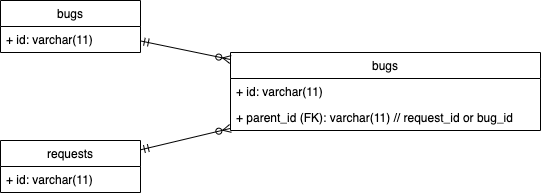
stsiwo/database_concept keeps this draw.io diagram as polymorphic-association.png. Above is the earlier version. Source tidied: cells renumbered, new cells last; positions are measured from the earlier drawing's top-left corner, leaving out a move shared by most shapes. Source of this version:
```xml
<mxGraphModel>
  <root>
    <mxCell id="0" />
    <mxCell id="1" parent="0" />
    <mxCell id="2" value="bugs" style="swimlane;fontStyle=0;horizontal=1;startSize=26;fillColor=none;" parent="1" vertex="1">
      <mxGeometry width="140" height="52" as="geometry" />
    </mxCell>
    <mxCell id="3" value="+ id: varchar(11)" style="text;strokeColor=none;fillColor=none;align=left;verticalAlign=top;spacingLeft=4;spacingRight=4;overflow=hidden;" parent="2" vertex="1">
      <mxGeometry y="26" width="140" height="26" as="geometry" />
    </mxCell>
    <mxCell id="4" value="bugs" style="swimlane;fontStyle=0;horizontal=1;startSize=26;fillColor=none;" parent="1" vertex="1">
      <mxGeometry x="230" y="52" width="310" height="78" as="geometry" />
    </mxCell>
    <mxCell id="5" value="+ id: varchar(11)" style="text;strokeColor=none;fillColor=none;align=left;verticalAlign=top;spacingLeft=4;spacingRight=4;overflow=hidden;" parent="4" vertex="1">
      <mxGeometry y="26" width="310" height="26" as="geometry" />
    </mxCell>
    <mxCell id="6" value="+ parent_id (FK): varchar(11) // request_id or bug_id " style="text;strokeColor=none;fillColor=none;align=left;verticalAlign=top;spacingLeft=4;spacingRight=4;overflow=hidden;" parent="4" vertex="1">
      <mxGeometry y="52" width="310" height="26" as="geometry" />
    </mxCell>
    <mxCell id="7" style="edgeStyle=none;rounded=0;jettySize=auto;html=1;startArrow=ERmandOne;startFill=0;endArrow=ERzeroToMany;endFill=0;" parent="1" edge="1" source="8" target="4">
      <mxGeometry relative="1" as="geometry" />
    </mxCell>
    <mxCell id="8" value="requests" style="swimlane;fontStyle=0;horizontal=1;startSize=26;fillColor=none;" parent="1" vertex="1">
      <mxGeometry y="140" width="140" height="52" as="geometry" />
    </mxCell>
    <mxCell id="9" value="+ id: varchar(11)" style="text;strokeColor=none;fillColor=none;align=left;verticalAlign=top;spacingLeft=4;spacingRight=4;overflow=hidden;" parent="8" vertex="1">
      <mxGeometry y="26" width="140" height="26" as="geometry" />
    </mxCell>
    <mxCell id="10" style="edgeStyle=none;rounded=0;jettySize=auto;html=1;startArrow=ERmandOne;startFill=0;endArrow=ERzeroToMany;endFill=0;" parent="1" edge="1" source="2" target="4">
      <mxGeometry relative="1" as="geometry" />
    </mxCell>
  </root>
</mxGraphModel>
```
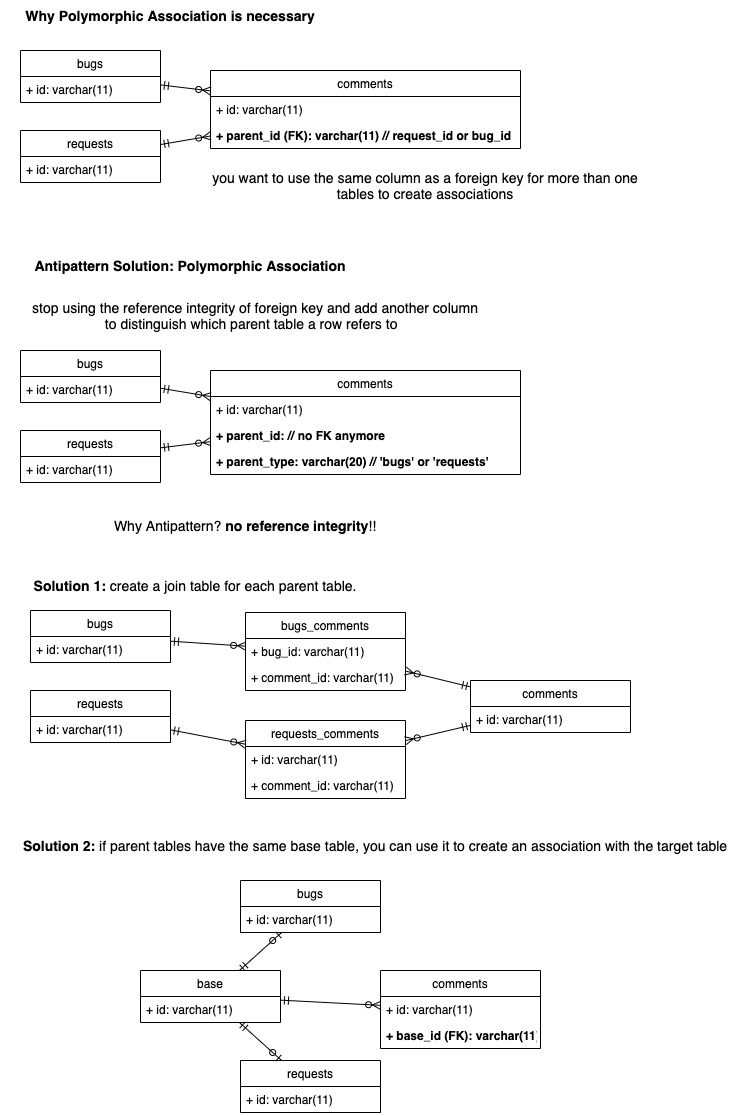
Later version of the same file.

Change to the diagram source:
```diff
@@ -3,25 +3,25 @@
     <mxCell id="0" />
     <mxCell id="1" parent="0" />
     <mxCell id="2" value="bugs" style="swimlane;fontStyle=0;horizontal=1;startSize=26;fillColor=none;" parent="1" vertex="1">
-      <mxGeometry width="140" height="52" as="geometry" />
+      <mxGeometry y="20" width="140" height="52" as="geometry" />
     </mxCell>
     <mxCell id="3" value="+ id: varchar(11)" style="text;strokeColor=none;fillColor=none;align=left;verticalAlign=top;spacingLeft=4;spacingRight=4;overflow=hidden;" parent="2" vertex="1">
       <mxGeometry y="26" width="140" height="26" as="geometry" />
     </mxCell>
-    <mxCell id="4" value="bugs" style="swimlane;fontStyle=0;horizontal=1;startSize=26;fillColor=none;" parent="1" vertex="1">
-      <mxGeometry x="230" y="52" width="310" height="78" as="geometry" />
+    <mxCell id="4" value="comments" style="swimlane;fontStyle=0;horizontal=1;startSize=26;fillColor=none;" parent="1" vertex="1">
+      <mxGeometry x="190" y="40" width="310" height="78" as="geometry" />
     </mxCell>
     <mxCell id="5" value="+ id: varchar(11)" style="text;strokeColor=none;fillColor=none;align=left;verticalAlign=top;spacingLeft=4;spacingRight=4;overflow=hidden;" parent="4" vertex="1">
       <mxGeometry y="26" width="310" height="26" as="geometry" />
     </mxCell>
-    <mxCell id="6" value="+ parent_id (FK): varchar(11) // request_id or bug_id " style="text;strokeColor=none;fillColor=none;align=left;verticalAlign=top;spacingLeft=4;spacingRight=4;overflow=hidden;" parent="4" vertex="1">
+    <mxCell id="6" value="+ parent_id (FK): varchar(11) // request_id or bug_id " style="text;strokeColor=none;fillColor=none;align=left;verticalAlign=top;spacingLeft=4;spacingRight=4;overflow=hidden;fontStyle=1;" parent="4" vertex="1">
       <mxGeometry y="52" width="310" height="26" as="geometry" />
     </mxCell>
     <mxCell id="7" style="edgeStyle=none;rounded=0;jettySize=auto;html=1;startArrow=ERmandOne;startFill=0;endArrow=ERzeroToMany;endFill=0;" parent="1" edge="1" source="8" target="4">
       <mxGeometry relative="1" as="geometry" />
     </mxCell>
     <mxCell id="8" value="requests" style="swimlane;fontStyle=0;horizontal=1;startSize=26;fillColor=none;" parent="1" vertex="1">
-      <mxGeometry y="140" width="140" height="52" as="geometry" />
+      <mxGeometry y="100" width="140" height="52" as="geometry" />
     </mxCell>
     <mxCell id="9" value="+ id: varchar(11)" style="text;strokeColor=none;fillColor=none;align=left;verticalAlign=top;spacingLeft=4;spacingRight=4;overflow=hidden;" parent="8" vertex="1">
       <mxGeometry y="26" width="140" height="26" as="geometry" />
@@ -29,5 +29,140 @@
     <mxCell id="10" style="edgeStyle=none;rounded=0;jettySize=auto;html=1;startArrow=ERmandOne;startFill=0;endArrow=ERzeroToMany;endFill=0;" parent="1" edge="1" source="2" target="4">
       <mxGeometry relative="1" as="geometry" />
     </mxCell>
+    <mxCell id="11" value="&lt;b&gt;&lt;font style=&quot;font-size: 14px&quot;&gt;Why Polymorphic Association is necessary&lt;/font&gt;&lt;/b&gt;" style="text;html=1;strokeColor=none;fillColor=none;align=center;verticalAlign=middle;whiteSpace=wrap;rounded=0;" parent="1" vertex="1">
+      <mxGeometry x="-20" y="-30" width="340" height="30" as="geometry" />
+    </mxCell>
+    <mxCell id="12" value="you want to use the same column as a foreign key for more than one tables to create associations" style="text;html=1;strokeColor=none;fillColor=none;align=center;verticalAlign=middle;whiteSpace=wrap;rounded=0;fontSize=14;" parent="1" vertex="1">
+      <mxGeometry x="180" y="140" width="450" height="30" as="geometry" />
+    </mxCell>
+    <mxCell id="13" value="&lt;span style=&quot;font-size: 14px&quot;&gt;&lt;b&gt;Antipattern Solution: Polymorphic Association&lt;/b&gt;&lt;/span&gt;" style="text;html=1;strokeColor=none;fillColor=none;align=center;verticalAlign=middle;whiteSpace=wrap;rounded=0;" parent="1" vertex="1">
+      <mxGeometry y="220" width="340" height="30" as="geometry" />
+    </mxCell>
+    <mxCell id="14" value="stop using the reference integrity of foreign key and add another column to distinguish which parent table a row refers to&amp;nbsp;&amp;nbsp;" style="text;html=1;strokeColor=none;fillColor=none;align=center;verticalAlign=middle;whiteSpace=wrap;rounded=0;fontSize=14;" parent="1" vertex="1">
+      <mxGeometry x="10" y="270" width="450" height="30" as="geometry" />
+    </mxCell>
+    <mxCell id="15" value="bugs" style="swimlane;fontStyle=0;horizontal=1;startSize=26;fillColor=none;" parent="1" vertex="1">
+      <mxGeometry y="320" width="140" height="52" as="geometry" />
+    </mxCell>
+    <mxCell id="16" value="+ id: varchar(11)" style="text;strokeColor=none;fillColor=none;align=left;verticalAlign=top;spacingLeft=4;spacingRight=4;overflow=hidden;" parent="15" vertex="1">
+      <mxGeometry y="26" width="140" height="26" as="geometry" />
+    </mxCell>
+    <mxCell id="17" value="comments" style="swimlane;fontStyle=0;horizontal=1;startSize=26;fillColor=none;" parent="1" vertex="1">
+      <mxGeometry x="190" y="340" width="310" height="104" as="geometry" />
+    </mxCell>
+    <mxCell id="18" value="+ id: varchar(11)" style="text;strokeColor=none;fillColor=none;align=left;verticalAlign=top;spacingLeft=4;spacingRight=4;overflow=hidden;" parent="17" vertex="1">
+      <mxGeometry y="26" width="310" height="26" as="geometry" />
+    </mxCell>
+    <mxCell id="19" value="+ parent_id: // no FK anymore" style="text;strokeColor=none;fillColor=none;align=left;verticalAlign=top;spacingLeft=4;spacingRight=4;overflow=hidden;fontStyle=1;" parent="17" vertex="1">
+      <mxGeometry y="52" width="310" height="26" as="geometry" />
+    </mxCell>
+    <mxCell id="20" value="+ parent_type: varchar(20) // 'bugs' or 'requests'" style="text;strokeColor=none;fillColor=none;align=left;verticalAlign=top;spacingLeft=4;spacingRight=4;overflow=hidden;fontStyle=1;" parent="17" vertex="1">
+      <mxGeometry y="78" width="310" height="26" as="geometry" />
+    </mxCell>
+    <mxCell id="21" style="edgeStyle=none;rounded=0;jettySize=auto;html=1;startArrow=ERmandOne;startFill=0;endArrow=ERzeroToMany;endFill=0;" parent="1" edge="1" source="22" target="17">
+      <mxGeometry relative="1" as="geometry" />
+    </mxCell>
+    <mxCell id="22" value="requests" style="swimlane;fontStyle=0;horizontal=1;startSize=26;fillColor=none;" parent="1" vertex="1">
+      <mxGeometry y="400" width="140" height="52" as="geometry" />
+    </mxCell>
+    <mxCell id="23" value="+ id: varchar(11)" style="text;strokeColor=none;fillColor=none;align=left;verticalAlign=top;spacingLeft=4;spacingRight=4;overflow=hidden;" parent="22" vertex="1">
+      <mxGeometry y="26" width="140" height="26" as="geometry" />
+    </mxCell>
+    <mxCell id="24" style="edgeStyle=none;rounded=0;jettySize=auto;html=1;startArrow=ERmandOne;startFill=0;endArrow=ERzeroToMany;endFill=0;" parent="1" edge="1" source="15" target="17">
+      <mxGeometry relative="1" as="geometry" />
+    </mxCell>
+    <mxCell id="25" value="Why Antipattern?&amp;nbsp;&lt;b&gt;no reference integrity&lt;/b&gt;!!" style="text;html=1;strokeColor=none;fillColor=none;align=center;verticalAlign=middle;whiteSpace=wrap;rounded=0;fontSize=14;" parent="1" vertex="1">
+      <mxGeometry y="480" width="450" height="30" as="geometry" />
+    </mxCell>
+    <mxCell id="26" value="&lt;span style=&quot;font-size: 14px&quot;&gt;&lt;b&gt;Solution 1: &lt;/b&gt;create a join table for each parent table.&lt;/span&gt;" style="text;html=1;strokeColor=none;fillColor=none;align=center;verticalAlign=middle;whiteSpace=wrap;rounded=0;" parent="1" vertex="1">
+      <mxGeometry y="540" width="350" height="30" as="geometry" />
+    </mxCell>
+    <mxCell id="27" value="bugs" style="swimlane;fontStyle=0;horizontal=1;startSize=26;fillColor=none;" parent="1" vertex="1">
+      <mxGeometry x="10" y="580" width="140" height="52" as="geometry" />
+    </mxCell>
+    <mxCell id="28" value="+ id: varchar(11)" style="text;strokeColor=none;fillColor=none;align=left;verticalAlign=top;spacingLeft=4;spacingRight=4;overflow=hidden;" parent="27" vertex="1">
+      <mxGeometry y="26" width="140" height="26" as="geometry" />
+    </mxCell>
+    <mxCell id="29" style="edgeStyle=none;rounded=0;jettySize=auto;html=1;fontSize=14;startArrow=ERmandOne;startFill=0;endArrow=ERzeroToMany;endFill=0;" parent="1" edge="1" source="31" target="37">
+      <mxGeometry relative="1" as="geometry" />
+    </mxCell>
+    <mxCell id="30" style="edgeStyle=none;rounded=0;jettySize=auto;html=1;fontSize=14;startArrow=ERmandOne;startFill=0;endArrow=ERzeroToMany;endFill=0;" parent="1" edge="1" source="31" target="40">
+      <mxGeometry relative="1" as="geometry" />
+    </mxCell>
+    <mxCell id="31" value="comments" style="swimlane;fontStyle=0;horizontal=1;startSize=26;fillColor=none;" parent="1" vertex="1">
+      <mxGeometry x="450" y="650" width="160" height="52" as="geometry" />
+    </mxCell>
+    <mxCell id="32" value="+ id: varchar(11)" style="text;strokeColor=none;fillColor=none;align=left;verticalAlign=top;spacingLeft=4;spacingRight=4;overflow=hidden;" parent="31" vertex="1">
+      <mxGeometry y="26" width="160" height="26" as="geometry" />
+    </mxCell>
+    <mxCell id="33" style="edgeStyle=none;rounded=0;jettySize=auto;html=1;startArrow=ERmandOne;startFill=0;endArrow=ERzeroToMany;endFill=0;" parent="1" edge="1" source="34" target="40">
+      <mxGeometry relative="1" as="geometry" />
+    </mxCell>
+    <mxCell id="34" value="requests" style="swimlane;fontStyle=0;horizontal=1;startSize=26;fillColor=none;" parent="1" vertex="1">
+      <mxGeometry x="10" y="660" width="140" height="52" as="geometry" />
+    </mxCell>
+    <mxCell id="35" value="+ id: varchar(11)" style="text;strokeColor=none;fillColor=none;align=left;verticalAlign=top;spacingLeft=4;spacingRight=4;overflow=hidden;" parent="34" vertex="1">
+      <mxGeometry y="26" width="140" height="26" as="geometry" />
+    </mxCell>
+    <mxCell id="36" style="edgeStyle=none;rounded=0;jettySize=auto;html=1;startArrow=ERmandOne;startFill=0;endArrow=ERzeroToMany;endFill=0;" parent="1" edge="1" source="27" target="37">
+      <mxGeometry relative="1" as="geometry" />
+    </mxCell>
+    <mxCell id="37" value="bugs_comments" style="swimlane;fontStyle=0;horizontal=1;startSize=26;fillColor=none;" parent="1" vertex="1">
+      <mxGeometry x="225" y="582" width="160" height="78" as="geometry" />
+    </mxCell>
+    <mxCell id="38" value="+ bug_id: varchar(11)" style="text;strokeColor=none;fillColor=none;align=left;verticalAlign=top;spacingLeft=4;spacingRight=4;overflow=hidden;" parent="37" vertex="1">
+      <mxGeometry y="26" width="160" height="26" as="geometry" />
+    </mxCell>
+    <mxCell id="39" value="+ comment_id: varchar(11)" style="text;strokeColor=none;fillColor=none;align=left;verticalAlign=top;spacingLeft=4;spacingRight=4;overflow=hidden;" parent="37" vertex="1">
+      <mxGeometry y="52" width="160" height="26" as="geometry" />
+    </mxCell>
+    <mxCell id="40" value="requests_comments" style="swimlane;fontStyle=0;horizontal=1;startSize=26;fillColor=none;" parent="1" vertex="1">
+      <mxGeometry x="225" y="690" width="160" height="78" as="geometry" />
+    </mxCell>
+    <mxCell id="41" value="+ id: varchar(11)" style="text;strokeColor=none;fillColor=none;align=left;verticalAlign=top;spacingLeft=4;spacingRight=4;overflow=hidden;" parent="40" vertex="1">
+      <mxGeometry y="26" width="160" height="26" as="geometry" />
+    </mxCell>
+    <mxCell id="42" value="+ comment_id: varchar(11)" style="text;strokeColor=none;fillColor=none;align=left;verticalAlign=top;spacingLeft=4;spacingRight=4;overflow=hidden;" parent="40" vertex="1">
+      <mxGeometry y="52" width="160" height="26" as="geometry" />
+    </mxCell>
+    <mxCell id="43" value="&lt;span style=&quot;font-size: 14px&quot;&gt;&lt;b&gt;Solution 2: &lt;/b&gt;if parent tables have the same base table, you can use it to create an association with the target table&lt;/span&gt;" style="text;html=1;strokeColor=none;fillColor=none;align=center;verticalAlign=middle;whiteSpace=wrap;rounded=0;" parent="1" vertex="1">
+      <mxGeometry y="800" width="710" height="30" as="geometry" />
+    </mxCell>
+    <mxCell id="44" value="bugs" style="swimlane;fontStyle=0;horizontal=1;startSize=26;fillColor=none;" parent="1" vertex="1">
+      <mxGeometry x="220" y="850" width="140" height="52" as="geometry" />
+    </mxCell>
+    <mxCell id="45" value="+ id: varchar(11)" style="text;strokeColor=none;fillColor=none;align=left;verticalAlign=top;spacingLeft=4;spacingRight=4;overflow=hidden;" parent="44" vertex="1">
+      <mxGeometry y="26" width="140" height="26" as="geometry" />
+    </mxCell>
+    <mxCell id="46" style="edgeStyle=none;rounded=0;jettySize=auto;html=1;fontSize=14;startArrow=ERmandOne;startFill=0;endArrow=ERzeroToMany;endFill=0;" parent="1" edge="1" source="53" target="47">
+      <mxGeometry relative="1" as="geometry" />
+    </mxCell>
+    <mxCell id="47" value="comments" style="swimlane;fontStyle=0;horizontal=1;startSize=26;fillColor=none;" parent="1" vertex="1">
+      <mxGeometry x="360" y="940" width="160" height="78" as="geometry" />
+    </mxCell>
+    <mxCell id="48" value="+ id: varchar(11)" style="text;strokeColor=none;fillColor=none;align=left;verticalAlign=top;spacingLeft=4;spacingRight=4;overflow=hidden;" parent="47" vertex="1">
+      <mxGeometry y="26" width="160" height="26" as="geometry" />
+    </mxCell>
+    <mxCell id="49" value="+ base_id (FK): varchar(11)" style="text;strokeColor=none;fillColor=none;align=left;verticalAlign=top;spacingLeft=4;spacingRight=4;overflow=hidden;fontStyle=1;" parent="47" vertex="1">
+      <mxGeometry y="52" width="160" height="26" as="geometry" />
+    </mxCell>
+    <mxCell id="50" style="edgeStyle=none;rounded=0;jettySize=auto;html=1;startArrow=ERzeroToOne;startFill=0;endArrow=ERmandOne;endFill=0;" parent="1" edge="1" source="51" target="53">
+      <mxGeometry relative="1" as="geometry" />
+    </mxCell>
+    <mxCell id="51" value="requests" style="swimlane;fontStyle=0;horizontal=1;startSize=26;fillColor=none;" parent="1" vertex="1">
+      <mxGeometry x="220" y="1030" width="140" height="52" as="geometry" />
+    </mxCell>
+    <mxCell id="52" value="+ id: varchar(11)" style="text;strokeColor=none;fillColor=none;align=left;verticalAlign=top;spacingLeft=4;spacingRight=4;overflow=hidden;" parent="51" vertex="1">
+      <mxGeometry y="26" width="140" height="26" as="geometry" />
+    </mxCell>
+    <mxCell id="53" value="base" style="swimlane;fontStyle=0;horizontal=1;startSize=26;fillColor=none;" parent="1" vertex="1">
+      <mxGeometry x="120" y="940" width="140" height="52" as="geometry" />
+    </mxCell>
+    <mxCell id="54" value="+ id: varchar(11)" style="text;strokeColor=none;fillColor=none;align=left;verticalAlign=top;spacingLeft=4;spacingRight=4;overflow=hidden;" parent="53" vertex="1">
+      <mxGeometry y="26" width="140" height="26" as="geometry" />
+    </mxCell>
+    <mxCell id="55" style="edgeStyle=none;rounded=0;jettySize=auto;html=1;startArrow=ERzeroToOne;startFill=0;endArrow=ERmandOne;endFill=0;" parent="1" edge="1" source="44" target="53">
+      <mxGeometry relative="1" as="geometry" />
+    </mxCell>
   </root>
 </mxGraphModel>
```
